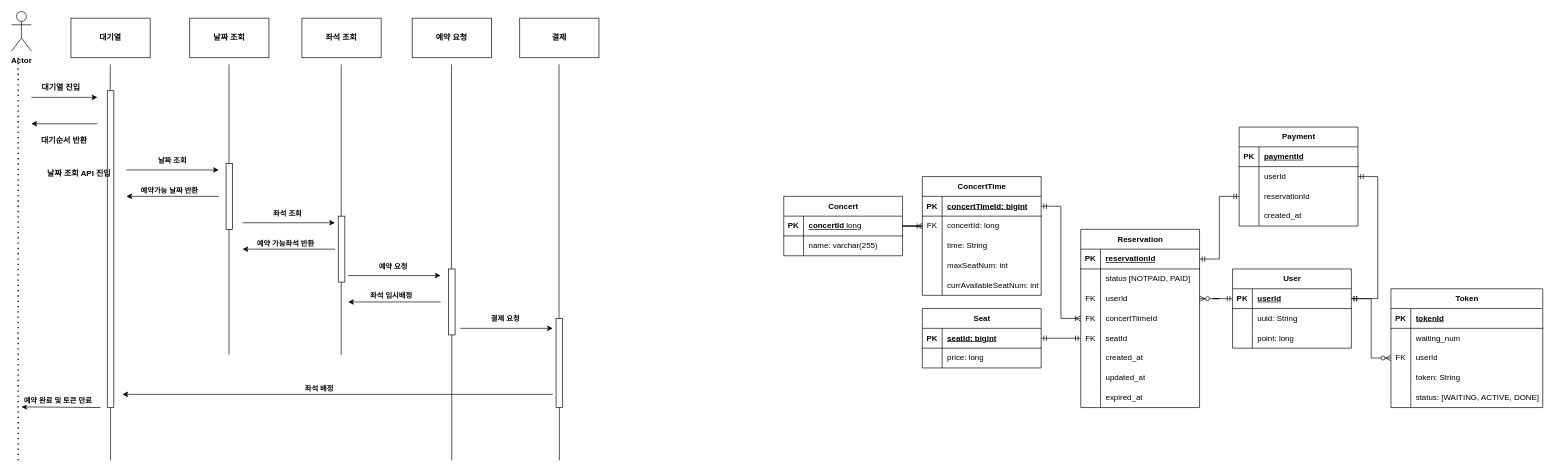
Earlier version of the draw.io diagram concertTicketing.drawio (watanka/ticketing). Source tidied: cells renumbered, new cells numbered last; positions are measured from the earlier drawing's top-left corner, leaving out a move shared by most shapes. Both pictures are drawn from the tidied source at 66%, with x=0, y=0 at pixel (11, 11).
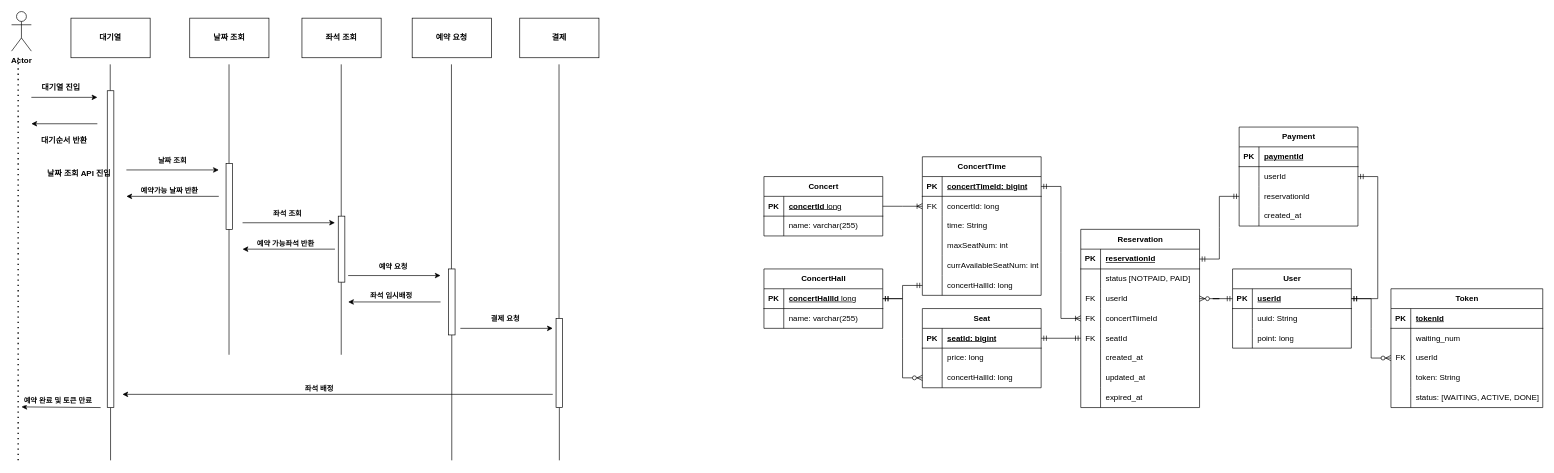
The same diagram, later.

Commit message (it also covers changes not shown here):
콘서트 대관장소 정보를 담은 concerthall 객체 추가

Diff of the diagram source:
```diff
@@
     <mxCell id="46" value="Concert" style="shape=table;startSize=30;childLayout=tableLayout;rowLines=0;fontStyle=1;align=center;html=1;" parent="1" vertex="1">
-      <mxGeometry x="1170" y="280" width="180" height="90" as="geometry" />
+      <mxGeometry x="1140" y="250" width="180" height="90" as="geometry" />
     </mxCell>
@@
-    <mxCell id="50" style="shape=tableRow;horizontal=0;startSize=0;swimlaneHead=0;swimlaneBody=0;fillColor=none;top=0;left=0;right=0;bottom=0;" parent="46" vertex="1">
-      <mxGeometry y="60" width="180" height="30" as="geometry" />
-    </mxCell>
-    <mxCell id="51" style="shape=partialRectangle;fillColor=none;top=0;left=0;bottom=0;right=0;overflow=hidden;whiteSpace=wrap;html=1;" parent="50" vertex="1">
-      <mxGeometry width="30" height="30" as="geometry" />
-    </mxCell>
-    <mxCell id="52" value="name: varchar(255)" style="shape=partialRectangle;fillColor=none;top=0;left=0;bottom=0;right=0;align=left;spacingLeft=6;overflow=hidden;whiteSpace=wrap;html=1;" parent="50" vertex="1">
-      <mxGeometry x="30" width="150" height="30" as="geometry" />
-    </mxCell>
+    <mxCell id="149" style="shape=tableRow;horizontal=0;startSize=0;swimlaneHead=0;swimlaneBody=0;fillColor=none;top=0;left=0;right=0;bottom=0;" parent="46" vertex="1">
+      <mxGeometry y="60" width="180" height="30" as="geometry" />
+    </mxCell>
+    <mxCell id="150" style="shape=partialRectangle;fillColor=none;top=0;left=0;bottom=0;right=0;overflow=hidden;whiteSpace=wrap;html=1;" parent="149" vertex="1">
+      <mxGeometry width="30" height="30" as="geometry" />
+    </mxCell>
+    <mxCell id="151" value="name: varchar(255)" style="shape=partialRectangle;fillColor=none;top=0;left=0;bottom=0;right=0;align=left;spacingLeft=6;overflow=hidden;whiteSpace=wrap;html=1;" parent="149" vertex="1">
+      <mxGeometry x="30" width="150" height="30" as="geometry" />
+    </mxCell>
     <mxCell id="53" value="Seat" style="shape=table;startSize=30;childLayout=tableLayout;rowLines=0;fontStyle=1;align=center;html=1;" parent="1" vertex="1">
-      <mxGeometry x="1380" y="450" width="180" height="90" as="geometry" />
+      <mxGeometry x="1380" y="450" width="180" height="120" as="geometry" />
     </mxCell>
@@
+    <mxCell id="152" style="shape=tableRow;horizontal=0;startSize=0;swimlaneHead=0;swimlaneBody=0;fillColor=none;points=[[0,0.5],[1,0.5]];portConstraint=eastwest;top=0;left=0;right=0;bottom=0;" parent="53" vertex="1">
+      <mxGeometry y="90" width="180" height="30" as="geometry" />
+    </mxCell>
+    <mxCell id="153" style="shape=partialRectangle;fillColor=none;top=0;left=0;bottom=0;right=0;overflow=hidden;whiteSpace=wrap;html=1;" parent="152" vertex="1">
+      <mxGeometry width="30" height="30" as="geometry" />
+    </mxCell>
+    <mxCell id="154" value="concertHallId: long" style="shape=partialRectangle;fillColor=none;top=0;left=0;bottom=0;right=0;align=left;spacingLeft=6;overflow=hidden;whiteSpace=wrap;html=1;" parent="152" vertex="1">
+      <mxGeometry x="30" width="150" height="30" as="geometry" />
+    </mxCell>
@@
     <mxCell id="118" value="ConcertTime" style="shape=table;startSize=30;childLayout=tableLayout;rowLines=0;fontStyle=1;align=center;html=1;" parent="1" vertex="1">
-      <mxGeometry x="1380" y="250" width="180" height="180" as="geometry" />
+      <mxGeometry x="1380" y="220" width="180" height="210" as="geometry" />
     </mxCell>
@@
+    <mxCell id="155" style="shape=tableRow;horizontal=0;startSize=0;swimlaneHead=0;swimlaneBody=0;fillColor=none;points=[[0,0.5],[1,0.5]];portConstraint=eastwest;top=0;left=0;right=0;bottom=0;" parent="118" vertex="1">
+      <mxGeometry y="180" width="180" height="30" as="geometry" />
+    </mxCell>
+    <mxCell id="156" style="shape=partialRectangle;fillColor=none;top=0;left=0;bottom=0;right=0;overflow=hidden;whiteSpace=wrap;html=1;" parent="155" vertex="1">
+      <mxGeometry width="30" height="30" as="geometry" />
+    </mxCell>
+    <mxCell id="157" value="concertHallId: long" style="shape=partialRectangle;fillColor=none;top=0;left=0;bottom=0;right=0;align=left;spacingLeft=6;overflow=hidden;whiteSpace=wrap;html=1;" parent="155" vertex="1">
+      <mxGeometry x="30" width="150" height="30" as="geometry" />
+    </mxCell>
@@
+    <mxCell id="158" value="ConcertHall" style="shape=table;startSize=30;childLayout=tableLayout;rowLines=0;fontStyle=1;align=center;html=1;" parent="1" vertex="1">
+      <mxGeometry x="1140" y="390" width="180" height="90" as="geometry" />
+    </mxCell>
+    <mxCell id="159" style="shape=tableRow;horizontal=0;startSize=0;swimlaneHead=0;swimlaneBody=0;fillColor=none;points=[[0,0.5],[1,0.5]];portConstraint=eastwest;top=0;left=0;right=0;bottom=1;" parent="158" vertex="1">
+      <mxGeometry y="30" width="180" height="30" as="geometry" />
+    </mxCell>
+    <mxCell id="160" value="PK" style="shape=partialRectangle;fillColor=none;top=0;left=0;bottom=0;right=0;fontStyle=1;overflow=hidden;whiteSpace=wrap;html=1;" parent="159" vertex="1">
+      <mxGeometry width="30" height="30" as="geometry" />
+    </mxCell>
+    <mxCell id="161" value="concertHallId &lt;span style=&quot;font-weight: normal;&quot;&gt;long&lt;/span&gt;" style="shape=partialRectangle;fillColor=none;top=0;left=0;bottom=0;right=0;align=left;spacingLeft=6;fontStyle=5;overflow=hidden;whiteSpace=wrap;html=1;" parent="159" vertex="1">
+      <mxGeometry x="30" width="150" height="30" as="geometry" />
+    </mxCell>
+    <mxCell id="162" style="shape=tableRow;horizontal=0;startSize=0;swimlaneHead=0;swimlaneBody=0;fillColor=none;top=0;left=0;right=0;bottom=0;" parent="158" vertex="1">
+      <mxGeometry y="60" width="180" height="30" as="geometry" />
+    </mxCell>
+    <mxCell id="163" style="shape=partialRectangle;fillColor=none;top=0;left=0;bottom=0;right=0;overflow=hidden;whiteSpace=wrap;html=1;" parent="162" vertex="1">
+      <mxGeometry width="30" height="30" as="geometry" />
+    </mxCell>
+    <mxCell id="164" value="name: varchar(255)" style="shape=partialRectangle;fillColor=none;top=0;left=0;bottom=0;right=0;align=left;spacingLeft=6;overflow=hidden;whiteSpace=wrap;html=1;" parent="162" vertex="1">
+      <mxGeometry x="30" width="150" height="30" as="geometry" />
+    </mxCell>
+    <mxCell id="165" style="edgeStyle=entityRelationEdgeStyle;fontSize=12;html=1;endArrow=ERzeroToMany;startArrow=ERmandOne;rounded=0;exitX=1;exitY=0.5;exitDx=0;exitDy=0;entryX=0;entryY=0.5;entryDx=0;entryDy=0;" parent="1" edge="1" source="159" target="152">
+      <mxGeometry relative="1" as="geometry" />
+    </mxCell>
+    <mxCell id="166" style="edgeStyle=entityRelationEdgeStyle;fontSize=12;html=1;endArrow=ERmandOne;startArrow=ERmandOne;rounded=0;exitX=1;exitY=0.5;exitDx=0;exitDy=0;entryX=0;entryY=0.5;entryDx=0;entryDy=0;" parent="1" edge="1" source="159" target="155">
+      <mxGeometry relative="1" as="geometry" />
+    </mxCell>
```
